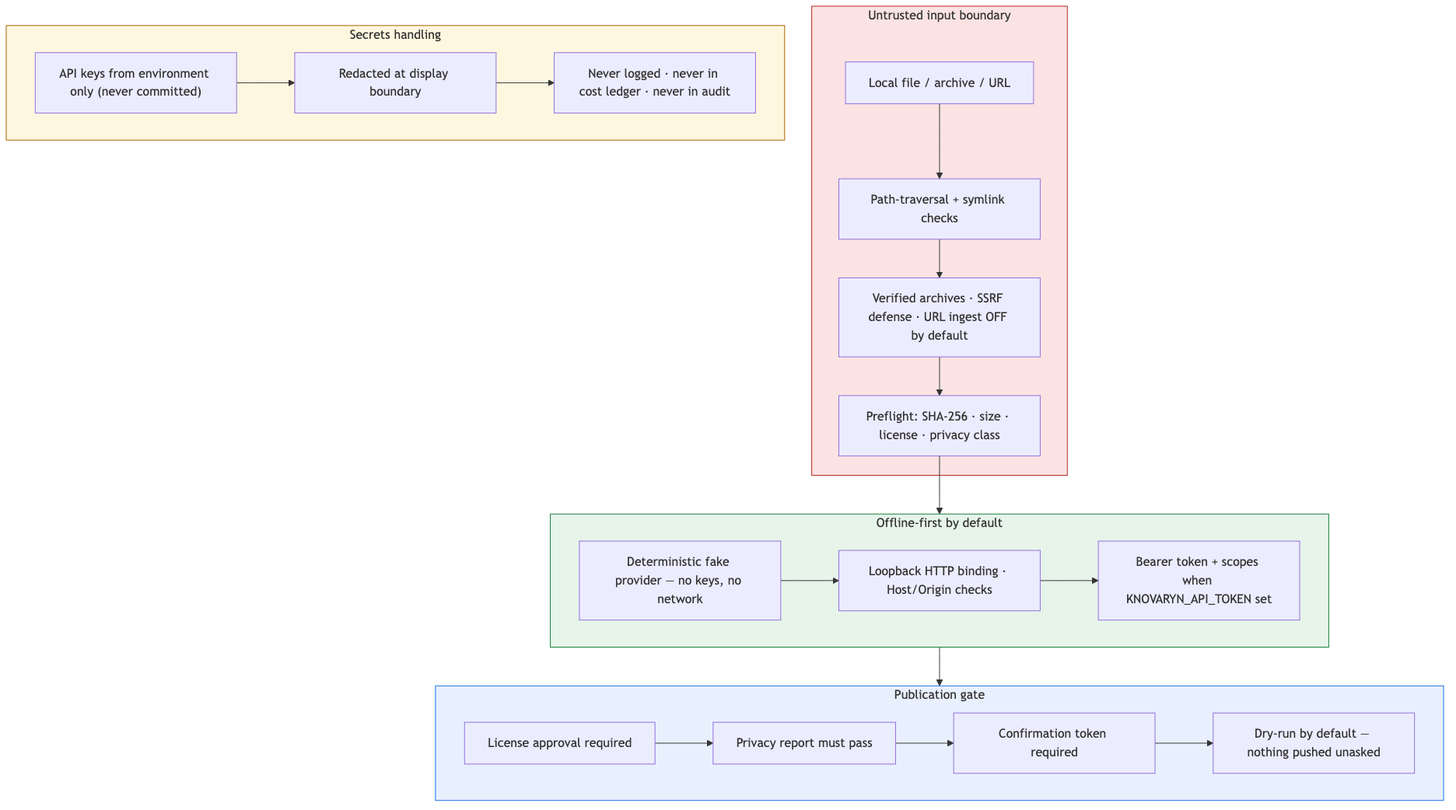
Earlier version of the Mermaid export docs/assets/security.png (waalwalker1/knovaryn). Its source is kept beside it as docs/assets/diagrams/security.mmd.
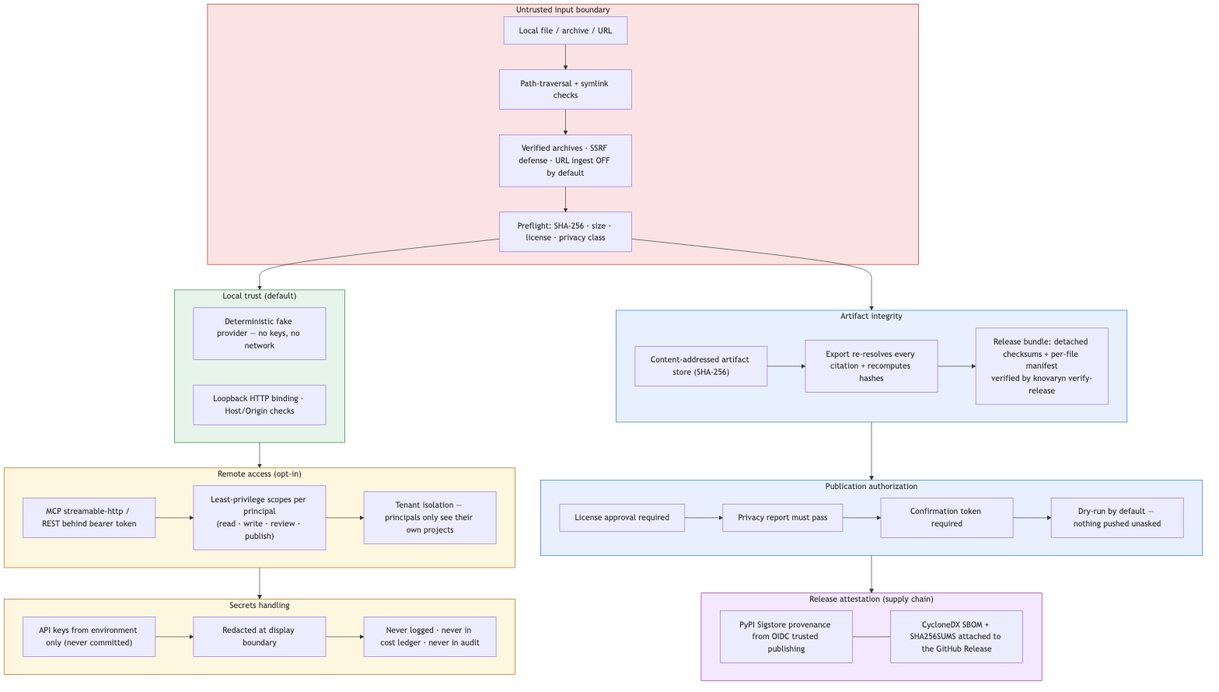
After the change.

What changed in the source:
```diff
@@ -1,10 +1,23 @@
 flowchart TD
-    subgraph TRUST["Untrusted input boundary"]
+    subgraph INTAKE["Untrusted input boundary"]
         T1["Local file / archive / URL"]
         T2["Path-traversal + symlink checks"]
         T3["Verified archives · SSRF defense · URL ingest OFF by default"]
         T1 --> T2 --> T3
-        T3 --> T4["Preflight: SHA-256 · size · license · privacy class"]
+        T4["Preflight: SHA-256 · size · license · privacy class"]
+        T3 --> T4
+    end
+
+    subgraph LOCAL["Local trust (default)"]
+        L1["Deterministic fake provider — no keys, no network"]
+        L2["Loopback HTTP binding · Host/Origin checks"]
+    end
+
+    subgraph REMOTE["Remote access (opt-in)"]
+        R1["MCP streamable-http / REST behind bearer token"]
+        R2["Least-privilege scopes per principal<br/>(read · write · review · publish)"]
+        R3["Tenant isolation — principals only see their own projects"]
+        R1 --> R2 --> R3
     end
 
     subgraph SECRETS["Secrets handling"]
@@ -14,14 +27,14 @@
         S1 --> S2 --> S3
     end
 
-    subgraph LOCAL["Offline-first by default"]
-        L1["Deterministic fake provider — no keys, no network"]
-        L2["Loopback HTTP binding · Host/Origin checks"]
-        L3["Bearer token + scopes when KNOVARYN_API_TOKEN set"]
-        L1 --> L2 --> L3
+    subgraph ARTIFACTS["Artifact integrity"]
+        A1["Content-addressed artifact store (SHA-256)"]
+        A2["Export re-resolves every citation + recomputes hashes"]
+        A3["Release bundle: detached checksums + per-file manifest<br/>verified by knovaryn verify-release"]
+        A1 --> A2 --> A3
     end
 
-    subgraph GATE["Publication gate"]
+    subgraph PUBLISH["Publication authorization"]
         G1["License approval required"]
         G2["Privacy report must pass"]
         G3["Confirmation token required"]
@@ -29,10 +42,23 @@
         G1 --> G2 --> G3 --> G4
     end
 
+    subgraph RELEASE["Release attestation (supply chain)"]
+        N1["PyPI Sigstore provenance from OIDC trusted publishing"]
+        N2["CycloneDX SBOM + SHA256SUMS attached to the GitHub Release"]
+        N1 --- N2
+    end
+
     T4 --> LOCAL
-    LOCAL --> GATE
+    LOCAL --> REMOTE
+    REMOTE --> SECRETS
+    T4 --> ARTIFACTS
+    ARTIFACTS --> PUBLISH
+    PUBLISH --> RELEASE
 
-    style TRUST fill:#fbe3e3,stroke:#b3261e
+    style INTAKE fill:#fbe3e3,stroke:#b3261e
+    style REMOTE fill:#fef7e0,stroke:#b06000
     style SECRETS fill:#fef7e0,stroke:#b06000
     style LOCAL fill:#e6f4ea,stroke:#188038
-    style GATE fill:#e8f0fe,stroke:#1a73e8
+    style ARTIFACTS fill:#e8f0fe,stroke:#1a73e8
+    style PUBLISH fill:#e8f0fe,stroke:#1a73e8
+    style RELEASE fill:#f3e8fd,stroke:#8e24aa
```
